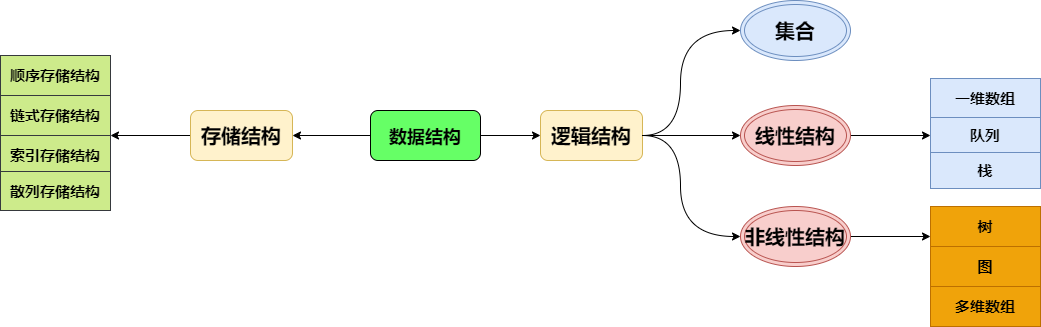
Above: technical/diagram/数据结构关系图.drawio.png in SimpleDays/studyessay (draw.io), before the change. Source tidied: cells renumbered, new cells last; positions are measured from the earlier drawing's top-left corner, leaving out a move shared by most shapes.
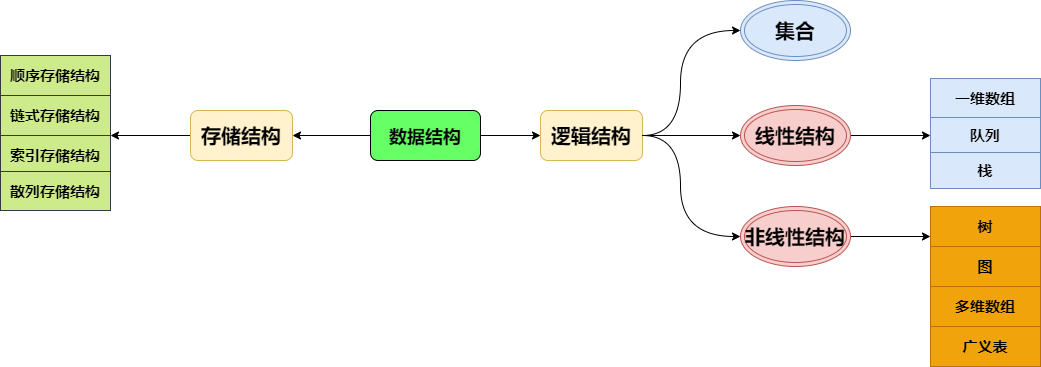
After the commit.

Commit message:
增加广义表

What changed in the source:
```diff
@@ -88,5 +88,8 @@
     <mxCell id="25" value="&lt;b&gt;&lt;font style=&quot;font-size: 15px&quot; color=&quot;#000000&quot;&gt;散列存储结构&lt;/font&gt;&lt;/b&gt;" style="whiteSpace=wrap;html=1;strokeColor=#36393d;fillColor=#cdeb8b;" parent="1" vertex="1">
       <mxGeometry y="171" width="110" height="39" as="geometry" />
     </mxCell>
+    <mxCell id="26" value="&lt;b&gt;&lt;font style=&quot;font-size: 15px&quot; color=&quot;#000000&quot;&gt;广义表&lt;/font&gt;&lt;/b&gt;" style="whiteSpace=wrap;html=1;strokeColor=#BD7000;fillColor=#f0a30a;fontColor=#ffffff;" parent="1" vertex="1">
+      <mxGeometry x="930" y="326" width="110" height="40" as="geometry" />
+    </mxCell>
   </root>
 </mxGraphModel>
```
